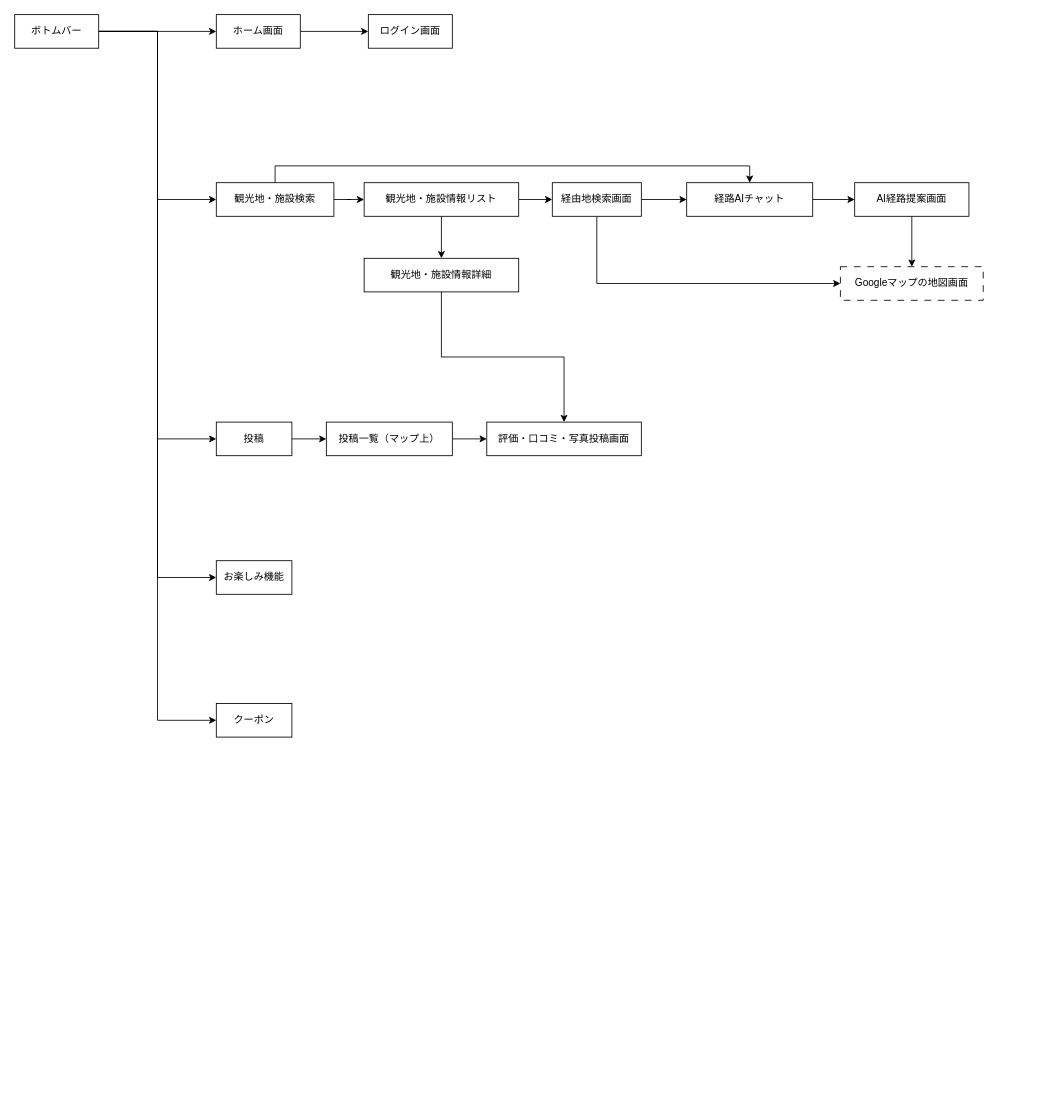
Earlier version of the draw.io diagram docs/figure/gaibu-screen_transition_common.drawio (r02092/se2025). Source tidied: cells renumbered, new cells numbered last; positions are measured from the earlier drawing's top-left corner, leaving out a move shared by most shapes. Both pictures are drawn from the tidied source at 84%, with x=0, y=0 at pixel (14, 14).
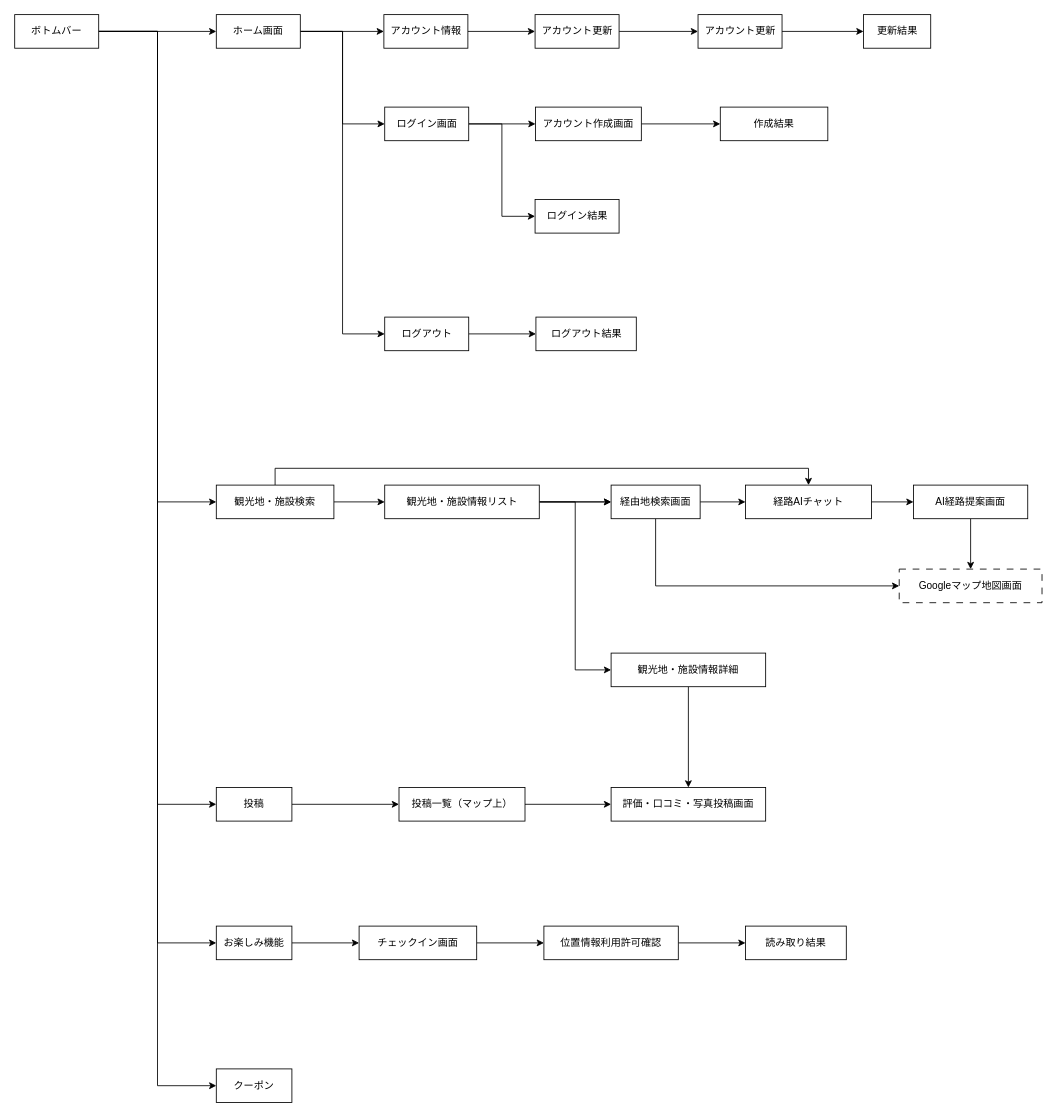
The same page after the edit.

Commit message:
アカウント作成、ログイン、ログアウトの画面遷移を追加 スタンプ機能の画面遷移を追加

The change refers to these unchanged cells:
```xml
<mxCell id="30" value="ホーム画面" style="rounded=0;whiteSpace=wrap;html=1;" parent="1" vertex="1">
  <mxGeometry x="240" y="-0.1" width="100" height="40" as="geometry" />
</mxCell>
```

Diff of the diagram source:
```diff
@@
-    <mxCell id="8" style="edgeStyle=orthogonalEdgeStyle;rounded=0;jettySize=auto;html=1;entryX=0.5;entryY=0;entryDx=0;entryDy=0;exitX=0.5;exitY=1;exitDx=0;exitDy=0;" parent="1" edge="1" source="25" target="22">
-      <mxGeometry relative="1" as="geometry" />
-    </mxCell>
@@
     <mxCell id="11" value="観光地・施設検索" style="rounded=0;whiteSpace=wrap;html=1;" parent="1" vertex="1">
-      <mxGeometry x="240" y="200" width="140" height="40" as="geometry" />
+      <mxGeometry x="240" y="560" width="140" height="40" as="geometry" />
     </mxCell>
@@
     <mxCell id="13" value="経路AIチャット" style="rounded=0;whiteSpace=wrap;html=1;" parent="1" vertex="1">
-      <mxGeometry x="800" y="200" width="150" height="40" as="geometry" />
+      <mxGeometry x="870" y="560" width="150" height="40" as="geometry" />
     </mxCell>
@@
     <mxCell id="15" value="AI経路提案画面" style="rounded=0;whiteSpace=wrap;html=1;" parent="1" vertex="1">
-      <mxGeometry x="1000" y="200" width="136" height="40" as="geometry" />
+      <mxGeometry x="1070" y="560" width="136" height="40" as="geometry" />
     </mxCell>
+    <mxCell id="34" style="edgeStyle=orthogonalEdgeStyle;rounded=0;jettySize=auto;html=1;" parent="1" edge="1" source="16" target="55">
+      <mxGeometry relative="1" as="geometry" />
+    </mxCell>
     <mxCell id="16" value="お楽しみ機能" style="rounded=0;whiteSpace=wrap;html=1;" parent="1" vertex="1">
-      <mxGeometry x="240" y="650" width="90" height="40" as="geometry" />
+      <mxGeometry x="240" y="1085" width="90" height="40" as="geometry" />
     </mxCell>
     <mxCell id="17" value="クーポン" style="rounded=0;whiteSpace=wrap;html=1;" parent="1" vertex="1">
-      <mxGeometry x="240" y="820" width="90" height="40" as="geometry" />
+      <mxGeometry x="240" y="1255" width="90" height="40" as="geometry" />
     </mxCell>
@@
     <mxCell id="20" value="経由地検索画面" style="rounded=0;whiteSpace=wrap;html=1;" parent="1" vertex="1">
-      <mxGeometry x="640" y="200" width="106" height="40" as="geometry" />
+      <mxGeometry x="710" y="560" width="106" height="40" as="geometry" />
     </mxCell>
-    <mxCell id="21" style="edgeStyle=orthogonalEdgeStyle;rounded=0;jettySize=auto;html=1;entryX=0.5;entryY=0;entryDx=0;entryDy=0;" parent="1" edge="1" source="22" target="28">
+    <mxCell id="21" style="edgeStyle=orthogonalEdgeStyle;rounded=0;jettySize=auto;html=1;" parent="1" edge="1" source="22" target="28">
       <mxGeometry relative="1" as="geometry" />
     </mxCell>
     <mxCell id="22" value="観光地・施設情報詳細" style="rounded=0;whiteSpace=wrap;html=1;" parent="1" vertex="1">
-      <mxGeometry x="416" y="290" width="184" height="40" as="geometry" />
+      <mxGeometry x="710" y="760" width="184" height="40" as="geometry" />
     </mxCell>
-    <mxCell id="23" value="Googleマップの地図画面" style="rounded=0;whiteSpace=wrap;html=1;dashed=1;dashPattern=8 8;" parent="1" vertex="1">
-      <mxGeometry x="983" y="300" width="170" height="40" as="geometry" />
+    <mxCell id="23" value="Googleマップ地図画面" style="rounded=0;whiteSpace=wrap;html=1;dashed=1;dashPattern=8 8;" parent="1" vertex="1">
+      <mxGeometry x="1053" y="660" width="170" height="40" as="geometry" />
     </mxCell>
@@
+    <mxCell id="35" style="edgeStyle=orthogonalEdgeStyle;rounded=0;jettySize=auto;html=1;" parent="1" edge="1" source="25" target="20">
+      <mxGeometry relative="1" as="geometry" />
+    </mxCell>
+    <mxCell id="8" style="edgeStyle=orthogonalEdgeStyle;rounded=0;jettySize=auto;html=1;entryX=0;entryY=0.5;entryDx=0;entryDy=0;" parent="1" edge="1" source="25" target="22">
+      <mxGeometry relative="1" as="geometry" />
+    </mxCell>
     <mxCell id="25" value="観光地・施設情報リスト" style="rounded=0;whiteSpace=wrap;html=1;" parent="1" vertex="1">
-      <mxGeometry x="416" y="200" width="184" height="40" as="geometry" />
+      <mxGeometry x="440.5" y="560" width="184" height="40" as="geometry" />
     </mxCell>
@@
     <mxCell id="27" value="投稿" style="rounded=0;whiteSpace=wrap;html=1;" parent="1" vertex="1">
-      <mxGeometry x="240" y="485" width="90" height="40" as="geometry" />
+      <mxGeometry x="240" y="920" width="90" height="40" as="geometry" />
     </mxCell>
     <mxCell id="28" value="評価・口コミ・写真投稿画面" style="rounded=0;whiteSpace=wrap;html=1;" parent="1" vertex="1">
-      <mxGeometry x="562" y="485" width="184" height="40" as="geometry" />
+      <mxGeometry x="710" y="920" width="184" height="40" as="geometry" />
     </mxCell>
+    <mxCell id="36" style="edgeStyle=orthogonalEdgeStyle;rounded=0;jettySize=auto;html=1;" parent="1" edge="1" source="30" target="44">
+      <mxGeometry relative="1" as="geometry" />
+    </mxCell>
-    <mxCell id="29" style="edgeStyle=orthogonalEdgeStyle;rounded=0;jettySize=auto;html=1;" parent="1" edge="1" source="30" target="31">
+    <mxCell id="29" style="edgeStyle=orthogonalEdgeStyle;rounded=0;jettySize=auto;html=1;entryX=0;entryY=0.5;entryDx=0;entryDy=0;" parent="1" edge="1" source="30" target="31">
       <mxGeometry relative="1" as="geometry" />
     </mxCell>
+    <mxCell id="37" style="edgeStyle=orthogonalEdgeStyle;rounded=0;jettySize=auto;html=1;entryX=0;entryY=0.5;entryDx=0;entryDy=0;" parent="1" edge="1" source="30" target="52">
+      <mxGeometry relative="1" as="geometry" />
+    </mxCell>
@@
+    <mxCell id="38" style="edgeStyle=orthogonalEdgeStyle;rounded=0;jettySize=auto;html=1;" parent="1" edge="1" source="31" target="41">
+      <mxGeometry relative="1" as="geometry" />
+    </mxCell>
+    <mxCell id="39" style="edgeStyle=orthogonalEdgeStyle;rounded=0;jettySize=auto;html=1;entryX=0;entryY=0.5;entryDx=0;entryDy=0;" parent="1" edge="1" source="31" target="50">
+      <mxGeometry relative="1" as="geometry" />
+    </mxCell>
     <mxCell id="31" value="ログイン画面" style="rounded=0;whiteSpace=wrap;html=1;" parent="1" vertex="1">
-      <mxGeometry x="421" y="-0.1" width="100" height="40" as="geometry" />
+      <mxGeometry x="440.5" y="110" width="100" height="40" as="geometry" />
     </mxCell>
@@
     <mxCell id="33" value="投稿一覧（マップ上）" style="rounded=0;whiteSpace=wrap;html=1;" parent="1" vertex="1">
-      <mxGeometry x="371" y="485" width="150" height="40" as="geometry" />
+      <mxGeometry x="457.5" y="920" width="150" height="40" as="geometry" />
     </mxCell>
+    <mxCell id="40" style="edgeStyle=orthogonalEdgeStyle;rounded=0;jettySize=auto;html=1;" parent="1" edge="1" source="41" target="42">
+      <mxGeometry relative="1" as="geometry" />
+    </mxCell>
+    <mxCell id="41" value="アカウント作成画面" style="rounded=0;whiteSpace=wrap;html=1;" parent="1" vertex="1">
+      <mxGeometry x="620" y="110" width="126" height="40" as="geometry" />
+    </mxCell>
+    <mxCell id="42" value="作成結果" style="rounded=0;whiteSpace=wrap;html=1;" parent="1" vertex="1">
+      <mxGeometry x="840" y="110" width="128" height="40" as="geometry" />
+    </mxCell>
+    <mxCell id="43" style="edgeStyle=orthogonalEdgeStyle;rounded=0;jettySize=auto;html=1;" parent="1" edge="1" source="44" target="46">
+      <mxGeometry relative="1" as="geometry" />
+    </mxCell>
+    <mxCell id="44" value="アカウント情報" style="rounded=0;whiteSpace=wrap;html=1;" parent="1" vertex="1">
+      <mxGeometry x="439.5" y="-0.1" width="100" height="40" as="geometry" />
+    </mxCell>
+    <mxCell id="45" style="edgeStyle=orthogonalEdgeStyle;rounded=0;jettySize=auto;html=1;" parent="1" edge="1" source="46" target="48">
+      <mxGeometry relative="1" as="geometry" />
+    </mxCell>
+    <mxCell id="46" value="アカウント更新" style="rounded=0;whiteSpace=wrap;html=1;" parent="1" vertex="1">
+      <mxGeometry x="619.5" y="-0.1" width="100" height="40" as="geometry" />
+    </mxCell>
+    <mxCell id="47" style="edgeStyle=orthogonalEdgeStyle;rounded=0;jettySize=auto;html=1;" parent="1" edge="1" source="48" target="49">
+      <mxGeometry relative="1" as="geometry" />
+    </mxCell>
+    <mxCell id="48" value="アカウント更新" style="rounded=0;whiteSpace=wrap;html=1;" parent="1" vertex="1">
+      <mxGeometry x="813.5" y="-0.1" width="100" height="40" as="geometry" />
+    </mxCell>
+    <mxCell id="49" value="更新結果" style="rounded=0;whiteSpace=wrap;html=1;" parent="1" vertex="1">
+      <mxGeometry x="1010.5" y="-0.1" width="80" height="40" as="geometry" />
+    </mxCell>
+    <mxCell id="50" value="ログイン結果" style="rounded=0;whiteSpace=wrap;html=1;" parent="1" vertex="1">
+      <mxGeometry x="619.5" y="220" width="100" height="40" as="geometry" />
+    </mxCell>
+    <mxCell id="51" style="edgeStyle=orthogonalEdgeStyle;rounded=0;jettySize=auto;html=1;" parent="1" edge="1" source="52" target="53">
+      <mxGeometry relative="1" as="geometry" />
+    </mxCell>
+    <mxCell id="52" value="ログアウト" style="rounded=0;whiteSpace=wrap;html=1;" parent="1" vertex="1">
+      <mxGeometry x="440.5" y="360" width="100" height="40" as="geometry" />
+    </mxCell>
+    <mxCell id="53" value="ログアウト結果" style="rounded=0;whiteSpace=wrap;html=1;" parent="1" vertex="1">
+      <mxGeometry x="620.5" y="360" width="119.5" height="40" as="geometry" />
+    </mxCell>
+    <mxCell id="54" style="edgeStyle=orthogonalEdgeStyle;rounded=0;jettySize=auto;html=1;" parent="1" edge="1" source="55" target="57">
+      <mxGeometry relative="1" as="geometry" />
+    </mxCell>
+    <mxCell id="55" value="チェックイン画面" style="rounded=0;whiteSpace=wrap;html=1;" parent="1" vertex="1">
+      <mxGeometry x="410" y="1085" width="140" height="40" as="geometry" />
+    </mxCell>
+    <mxCell id="56" style="edgeStyle=orthogonalEdgeStyle;rounded=0;jettySize=auto;html=1;" parent="1" edge="1" source="57" target="58">
+      <mxGeometry relative="1" as="geometry" />
+    </mxCell>
+    <mxCell id="57" value="位置情報利用許可確認" style="rounded=0;whiteSpace=wrap;html=1;" parent="1" vertex="1">
+      <mxGeometry x="630" y="1085" width="160" height="40" as="geometry" />
+    </mxCell>
+    <mxCell id="58" value="読み取り結果" style="rounded=0;whiteSpace=wrap;html=1;" parent="1" vertex="1">
+      <mxGeometry x="870" y="1085" width="120" height="40" as="geometry" />
+    </mxCell>
```
